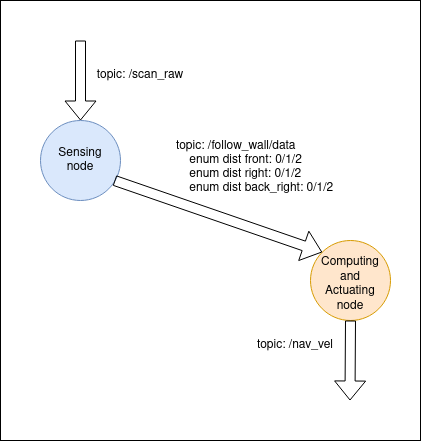
The draw.io diagram wall_follower_diagram.png in Docencia-fmrico/follow-wall-l4ros2, before a commit. Source tidied: cells renumbered, new cells last; positions are measured from the earlier drawing's top-left corner, leaving out a move shared by most shapes.
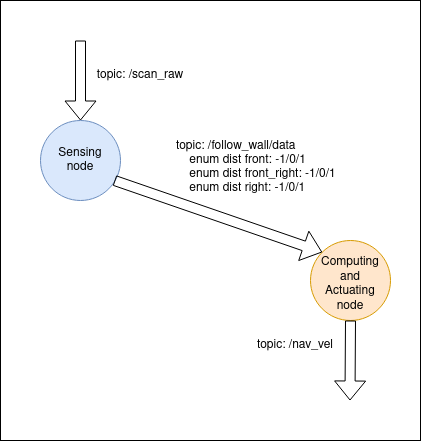
After the commit.

Commit message:
diagram image typo corrected.

What changed in the source:
```diff
@@ -37,7 +37,7 @@
     <mxCell id="11" value="topic: /nav_vel" style="text;html=1;strokeColor=none;fillColor=none;align=center;verticalAlign=middle;whiteSpace=wrap;rounded=0;" parent="1" vertex="1">
       <mxGeometry x="230" y="330" width="130" height="30" as="geometry" />
     </mxCell>
-    <mxCell id="12" value="topic: /follow_wall/data&#10;    enum dist front: 0/1/2&#10;    enum dist right: 0/1/2&#10;    enum dist back_right: 0/1/2" style="text;strokeColor=none;fillColor=none;align=left;verticalAlign=middle;spacingLeft=4;spacingRight=4;overflow=hidden;" parent="1" vertex="1">
+    <mxCell id="12" value="topic: /follow_wall/data&#10;    enum dist front: -1/0/1&#10;    enum dist front_right: -1/0/1&#10;    enum dist right: -1/0/1" style="text;strokeColor=none;fillColor=none;align=left;verticalAlign=middle;spacingLeft=4;spacingRight=4;overflow=hidden;" parent="1" vertex="1">
       <mxGeometry x="170" y="120" width="170" height="90" as="geometry" />
     </mxCell>
   </root>
```
